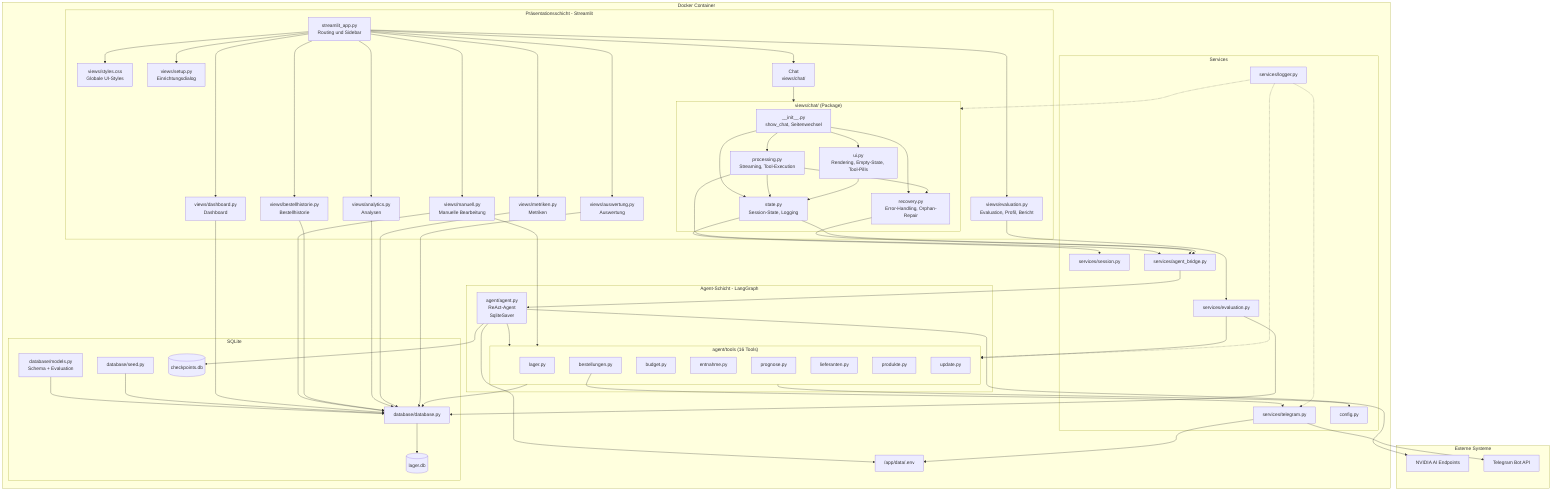
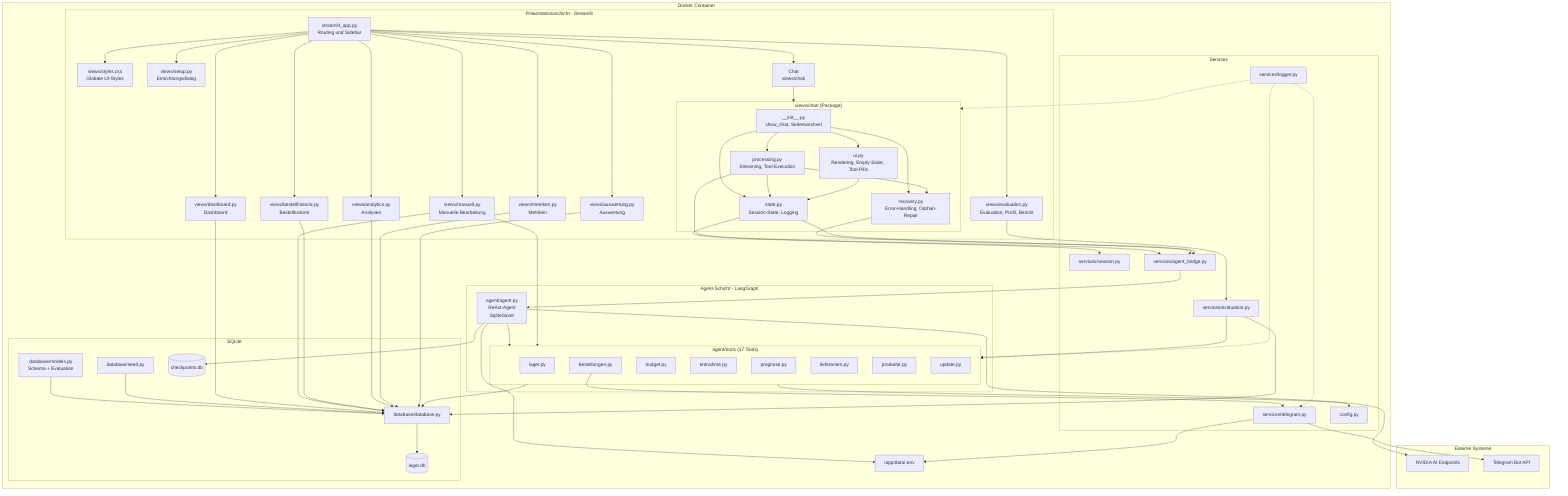
graph TB
    subgraph DOCKER["Docker Container"]
        subgraph UI["Präsentationsschicht - Streamlit"]
            APP["streamlit_app.py\nRouting und Sidebar"]
            CSS["views/styles.css\nGlobale UI-Styles"]
            SETUP["views/setup.py\nEinrichtungsdialog"]
            CHAT["Chat\nviews/chat/"]
            subgraph CHATPKG["views/chat/ (Package)"]
                CHAT_INIT["__init__.py\nshow_chat, Seitenwechsel"]
                CHAT_UI["ui.py\nRendering, Empty-State, Tool-Pills"]
                CHAT_PROC["processing.py\nStreaming, Tool-Execution"]
                CHAT_REC["recovery.py\nError-Handling, Orphan-Repair"]
                CHAT_STATE["state.py\nSession-State, Logging"]
            end
            DASH["views/dashboard.py\nDashboard"]
            MANUELL["views/manuell.py\nManuelle Bearbeitung"]
            EVAL["views/evaluation.py\nEvaluation, Profil, Bericht"]
            HIST["views/bestellhistorie.py\nBestellhistorie"]
            ANAL["views/analytics.py\nAnalysen"]
            METR["views/metriken.py\nMetriken"]
            AUSW["views/auswertung.py\nAuswertung"]
        end

        subgraph AGENT["Agent-Schicht - LangGraph"]
            CORE["agent/agent.py\nReAct-Agent\nSqliteSaver"]
-             subgraph TOOLS["agent/tools (16 Tools)"]
+             subgraph TOOLS["agent/tools (17 Tools)"]
                T_LAGER["lager.py"]
                T_BEST["bestellungen.py"]
                T_BUDG["budget.py"]
                T_ENTN["entnahme.py"]
                T_PROG["prognose.py"]
                T_LIEF["lieferanten.py"]
                T_PROD["produkte.py"]
                T_UPD["update.py"]
            end
        end

        subgraph SERVICES["Services"]
            SESS["services/session.py"]
            TELE["services/telegram.py"]
            LOGG["services/logger.py"]
            BRIDGE["services/agent_bridge.py"]
            EVAL_SERVICE["services/evaluation.py"]
            CONF["config.py"]
        end

        subgraph DATA["SQLite"]
            DB["database/database.py"]
            MOD["database/models.py\nSchema + Evaluation"]
            SEED["database/seed.py"]
            LAGER_DB[("lager.db")]
            CHECK_DB[("checkpoints.db")]
        end

        ENV["/app/data/.env"]
    end

    subgraph EXTERN["Externe Systeme"]
        NVIDIA["NVIDIA AI Endpoints"]
        TELEGRAM["Telegram Bot API"]
    end

    APP --> CSS
    APP --> SETUP
    APP --> CHAT
    CHAT --> CHATPKG
    APP --> DASH
    APP --> MANUELL
    APP --> EVAL
    APP --> HIST
    APP --> ANAL
    APP --> METR
    APP --> AUSW

    CHAT_PROC --> BRIDGE
    CHAT_REC --> BRIDGE
    CHAT_STATE --> BRIDGE
    BRIDGE --> CORE
    CHAT_STATE --> SESS
    CHAT_INIT --> CHAT_UI
    CHAT_INIT --> CHAT_PROC
    CHAT_INIT --> CHAT_REC
    CHAT_INIT --> CHAT_STATE
    CHAT_PROC --> CHAT_REC
    CHAT_PROC --> CHAT_STATE
    CHAT_UI --> CHAT_STATE
    CORE --> TOOLS
    CORE --> CHECK_DB
    CORE --> NVIDIA
    CORE --> ENV

    TOOLS --> DB
    TOOLS --> CONF
    T_BEST --> TELE
    TELE --> ENV
    TELE --> TELEGRAM

    DB --> LAGER_DB
    MOD --> DB
    SEED --> DB

    DASH --> DB
    MANUELL --> DB
    MANUELL --> TOOLS
    EVAL --> EVAL_SERVICE
    EVAL_SERVICE --> DB
    EVAL_SERVICE --> TOOLS
    HIST --> DB
    ANAL --> DB
    METR --> DB
    AUSW --> DB

    LOGG -.-> CHATPKG
    LOGG -.-> TOOLS
    LOGG -.-> TELE
